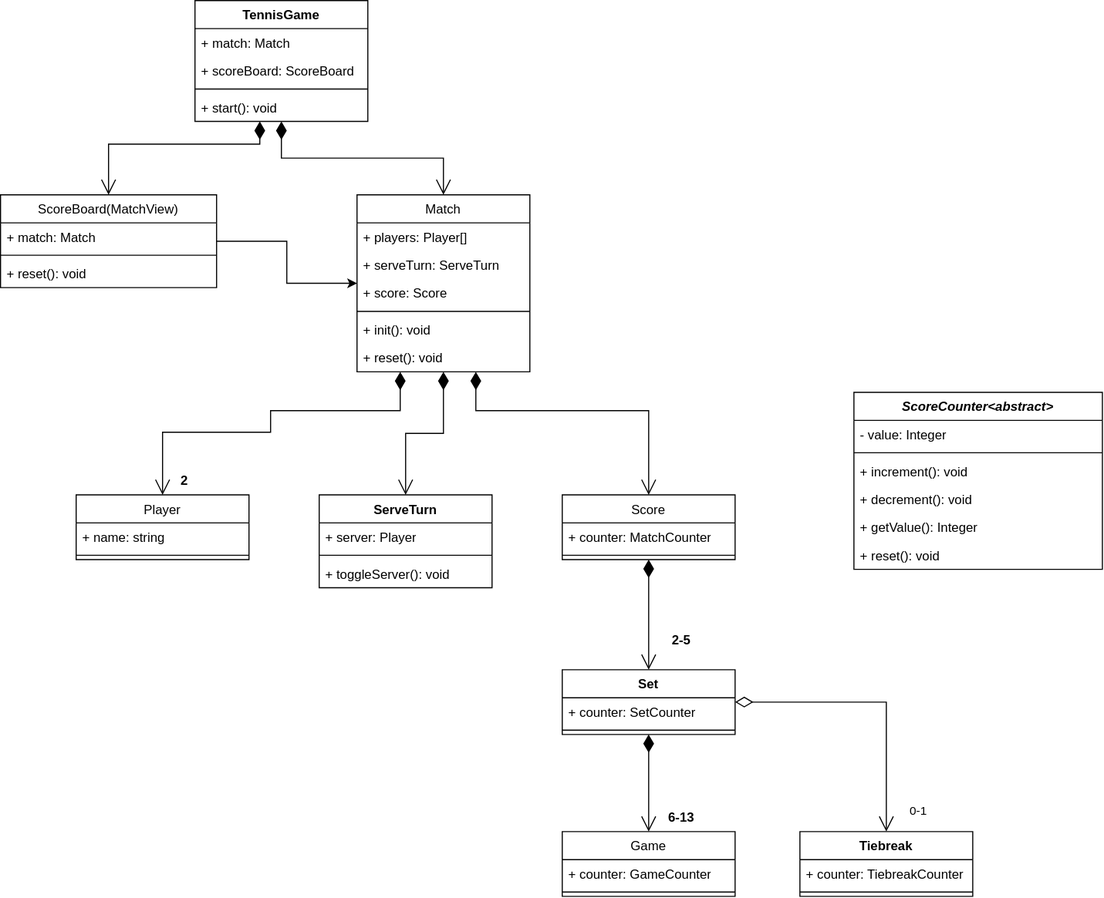
Above: docs/tennis-score.drawio.svg in githubfacu/tennis-score-board (draw.io), before the change. Source tidied: cells renumbered, new cells last; positions are measured from the earlier drawing's top-left corner, leaving out a move shared by most shapes.
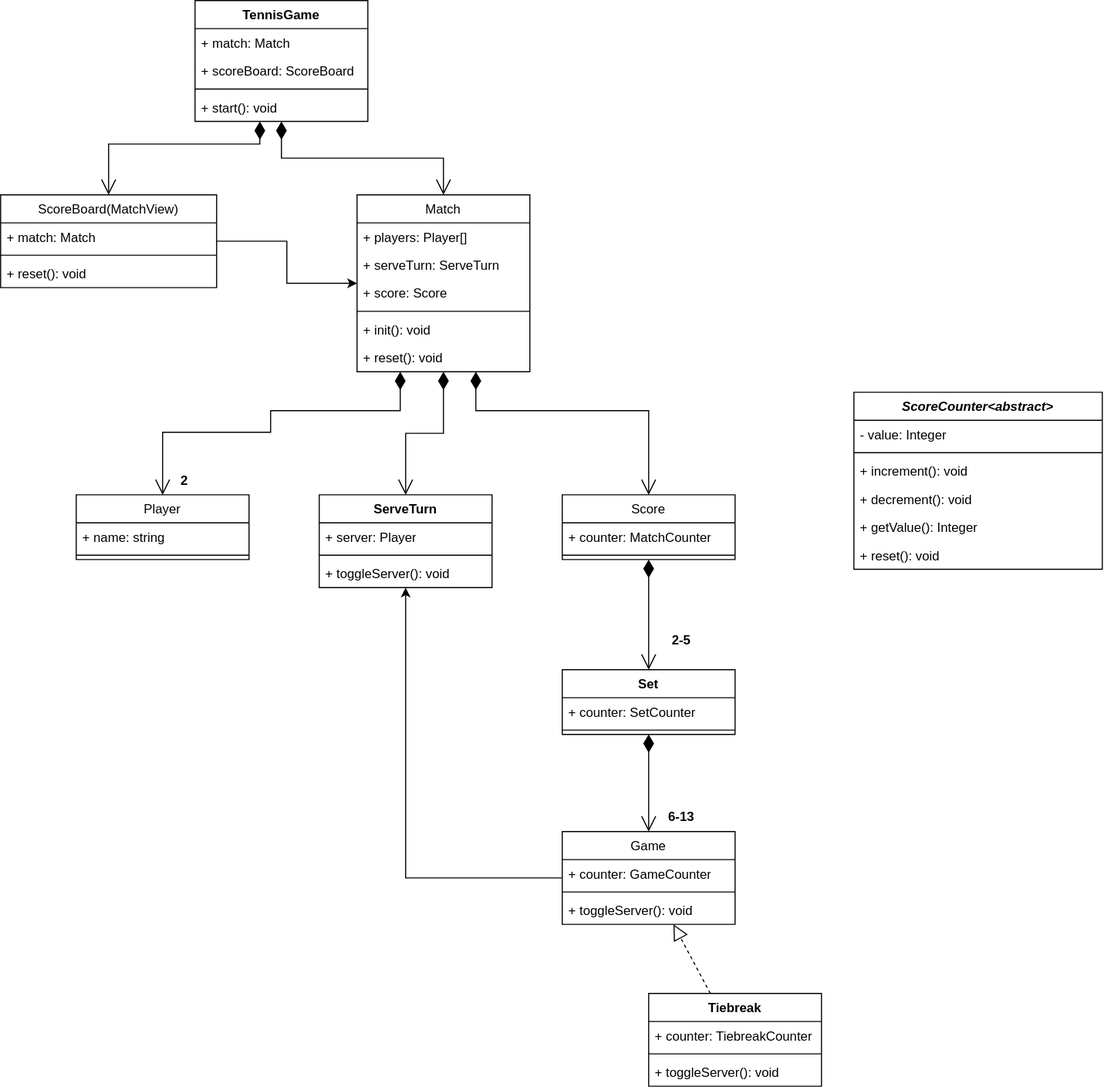
The same diagram one commit later.

Commit message:
feat: tennis-score diagram updated

Change to the diagram source:
```diff
@@ -67,15 +67,6 @@
     <mxCell id="21" value="+ reset(): void" style="text;strokeColor=none;fillColor=none;align=left;verticalAlign=top;spacingLeft=4;spacingRight=4;overflow=hidden;whiteSpace=wrap;html=1;" parent="18" vertex="1">
       <mxGeometry y="60" width="200" height="26" as="geometry" />
     </mxCell>
-    <mxCell id="22" value="&lt;span style=&quot;font-weight: 400;&quot;&gt;Game&lt;/span&gt;" style="swimlane;fontStyle=1;align=center;verticalAlign=top;horizontal=1;startSize=26;whiteSpace=wrap;html=1;" parent="1" vertex="1">
-      <mxGeometry x="520" y="770" width="160" height="60" as="geometry" />
-    </mxCell>
-    <mxCell id="23" value="+ counter: GameCounter" style="text;strokeColor=none;fillColor=none;align=left;verticalAlign=top;spacingLeft=4;spacingRight=4;overflow=hidden;whiteSpace=wrap;html=1;" parent="22" vertex="1">
-      <mxGeometry y="26" width="160" height="26" as="geometry" />
-    </mxCell>
-    <mxCell id="24" style="line;strokeWidth=1;fillColor=none;align=left;verticalAlign=middle;spacingTop=-1;spacingLeft=3;spacingRight=3;labelPosition=right;strokeColor=inherit;" parent="22" vertex="1">
-      <mxGeometry y="52" width="160" height="8" as="geometry" />
-    </mxCell>
     <mxCell id="25" value="&lt;span style=&quot;font-weight: 400;&quot;&gt;Score&lt;/span&gt;" style="swimlane;fontStyle=1;align=center;verticalAlign=top;horizontal=1;startSize=26;whiteSpace=wrap;html=1;" parent="1" vertex="1">
       <mxGeometry x="520" y="458" width="160" height="60" as="geometry" />
     </mxCell>
@@ -169,17 +160,35 @@
     <mxCell id="51" value="+ reset(): void" style="text;strokeColor=none;fillColor=none;align=left;verticalAlign=top;spacingLeft=4;spacingRight=4;overflow=hidden;whiteSpace=wrap;html=1;" parent="45" vertex="1">
       <mxGeometry y="138" width="230" height="26" as="geometry" />
     </mxCell>
-    <mxCell id="52" value="0-1" style="endArrow=open;html=1;endSize=12;startArrow=diamondThin;startSize=14;startFill=0;edgeStyle=orthogonalEdgeStyle;align=left;verticalAlign=bottom;rounded=0;" parent="1" edge="1" source="7" target="53">
-      <mxGeometry x="0.92" y="20" relative="1" as="geometry" />
-    </mxCell>
+    <mxCell id="56" style="edgeStyle=orthogonalEdgeStyle;rounded=0;jettySize=auto;html=1;" parent="1" edge="1" source="22" target="32">
+      <mxGeometry relative="1" as="geometry" />
+    </mxCell>
+    <mxCell id="22" value="&lt;span style=&quot;font-weight: 400;&quot;&gt;Game&lt;/span&gt;" style="swimlane;fontStyle=1;align=center;verticalAlign=top;horizontal=1;startSize=26;whiteSpace=wrap;html=1;" parent="1" vertex="1">
+      <mxGeometry x="520" y="770" width="160" height="86" as="geometry" />
+    </mxCell>
+    <mxCell id="23" value="+ counter: GameCounter" style="text;strokeColor=none;fillColor=none;align=left;verticalAlign=top;spacingLeft=4;spacingRight=4;overflow=hidden;whiteSpace=wrap;html=1;" parent="22" vertex="1">
+      <mxGeometry y="26" width="160" height="26" as="geometry" />
+    </mxCell>
+    <mxCell id="57" style="line;strokeWidth=1;fillColor=none;align=left;verticalAlign=middle;spacingTop=-1;spacingLeft=3;spacingRight=3;labelPosition=right;strokeColor=inherit;" parent="22" vertex="1">
+      <mxGeometry y="52" width="160" height="8" as="geometry" />
+    </mxCell>
+    <mxCell id="58" value="+ toggleServer(): void" style="text;strokeColor=none;fillColor=none;align=left;verticalAlign=top;spacingLeft=4;spacingRight=4;overflow=hidden;whiteSpace=wrap;html=1;" parent="22" vertex="1">
+      <mxGeometry y="60" width="160" height="26" as="geometry" />
+    </mxCell>
     <mxCell id="53" value="Tiebreak" style="swimlane;fontStyle=1;align=center;verticalAlign=top;horizontal=1;startSize=26;whiteSpace=wrap;html=1;" parent="1" vertex="1">
-      <mxGeometry x="740" y="770" width="160" height="60" as="geometry" />
+      <mxGeometry x="600" y="920" width="160" height="86" as="geometry" />
     </mxCell>
     <mxCell id="54" value="+ counter: TiebreakCounter" style="text;strokeColor=none;fillColor=none;align=left;verticalAlign=top;spacingLeft=4;spacingRight=4;overflow=hidden;whiteSpace=wrap;html=1;" parent="53" vertex="1">
       <mxGeometry y="26" width="160" height="26" as="geometry" />
     </mxCell>
-    <mxCell id="55" style="line;strokeWidth=1;fillColor=none;align=left;verticalAlign=middle;spacingTop=-1;spacingLeft=3;spacingRight=3;labelPosition=right;strokeColor=inherit;" parent="53" vertex="1">
-      <mxGeometry y="52" width="160" height="8" as="geometry" />
-    </mxCell>
+    <mxCell id="59" style="line;strokeWidth=1;fillColor=none;align=left;verticalAlign=middle;spacingTop=-1;spacingLeft=3;spacingRight=3;labelPosition=right;strokeColor=inherit;" parent="53" vertex="1">
+      <mxGeometry y="52" width="160" height="8" as="geometry" />
+    </mxCell>
+    <mxCell id="60" value="+ toggleServer(): void" style="text;strokeColor=none;fillColor=none;align=left;verticalAlign=top;spacingLeft=4;spacingRight=4;overflow=hidden;whiteSpace=wrap;html=1;" parent="53" vertex="1">
+      <mxGeometry y="60" width="160" height="26" as="geometry" />
+    </mxCell>
+    <mxCell id="61" style="endArrow=block;dashed=1;endFill=0;endSize=12;html=1;rounded=0;" parent="1" edge="1" source="53" target="22">
+      <mxGeometry relative="1" as="geometry" />
+    </mxCell>
   </root>
 </mxGraphModel>
```
